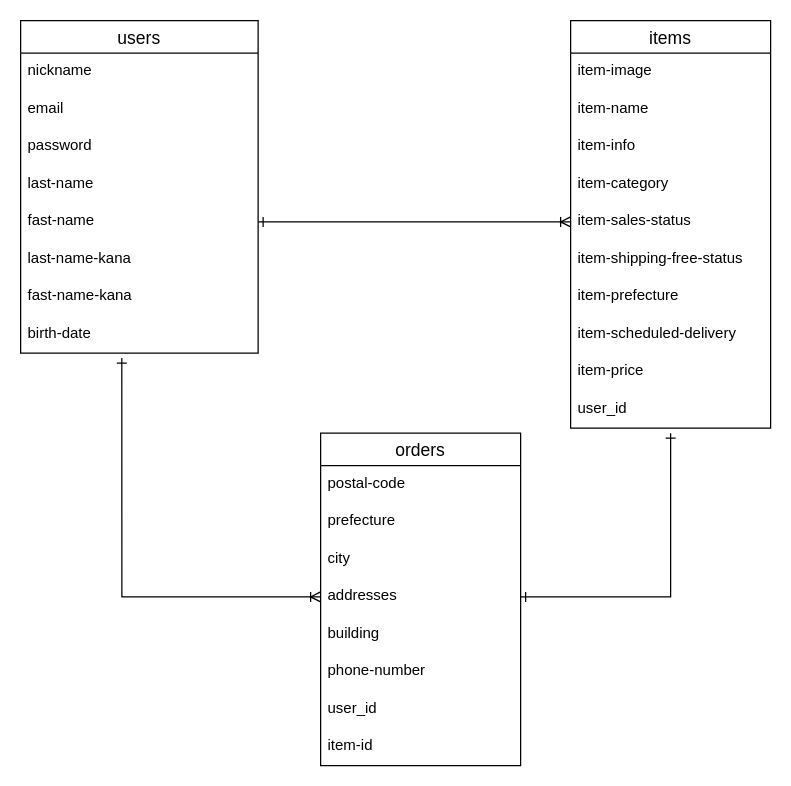
This is furima.dio from ruirui0810/furima-37335, a draw.io file, before an edit. Source tidied: cells renumbered, new cells numbered last; positions are measured from the earlier drawing's top-left corner, leaving out a move shared by most shapes. Both pictures are drawn from the tidied source at 125%, with x=0, y=0 at pixel (20, 20).
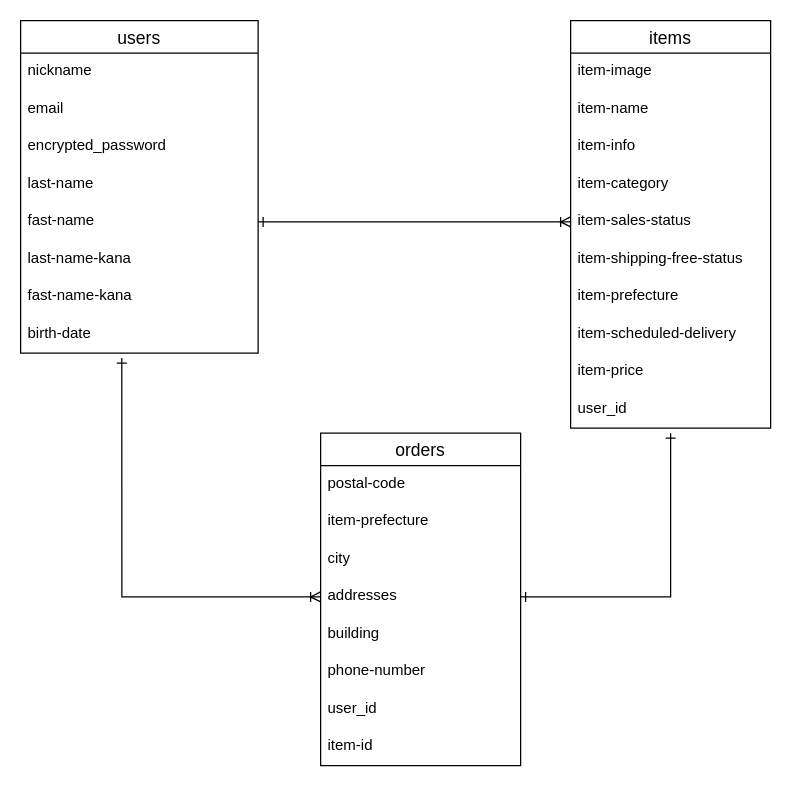
Above is the later version.

Commit message (it also covers changes not shown here):
データベース設計２

The change refers to these unchanged cells:
```xml
<mxCell id="2" value="orders" style="swimlane;fontStyle=0;horizontal=1;startSize=26;align=center;fontSize=14;" parent="1" vertex="1">
  <mxGeometry x="240" y="330" width="160" height="266" as="geometry" />
</mxCell>
<mxCell id="22" value="users" style="swimlane;fontStyle=0;horizontal=1;startSize=26;align=center;fontSize=14;" parent="1" vertex="1">
  <mxGeometry width="190" height="266" as="geometry" />
</mxCell>
```

The edit, as a diff of the source:
```diff
@@
-    <mxCell id="4" value="prefecture" style="text;strokeColor=none;fillColor=none;spacingLeft=4;spacingRight=4;overflow=hidden;fontSize=12;" parent="2" vertex="1">
+    <mxCell id="4" value="item-prefecture" style="text;strokeColor=none;fillColor=none;spacingLeft=4;spacingRight=4;overflow=hidden;fontSize=12;" parent="2" vertex="1">
       <mxGeometry y="56" width="160" height="30" as="geometry" />
     </mxCell>
@@
-    <mxCell id="25" value="password" style="text;strokeColor=none;fillColor=none;spacingLeft=4;spacingRight=4;overflow=hidden;fontSize=12;" parent="22" vertex="1">
+    <mxCell id="25" value="encrypted_password" style="text;strokeColor=none;fillColor=none;spacingLeft=4;spacingRight=4;overflow=hidden;fontSize=12;" parent="22" vertex="1">
       <mxGeometry y="86" width="190" height="30" as="geometry" />
     </mxCell>
```
